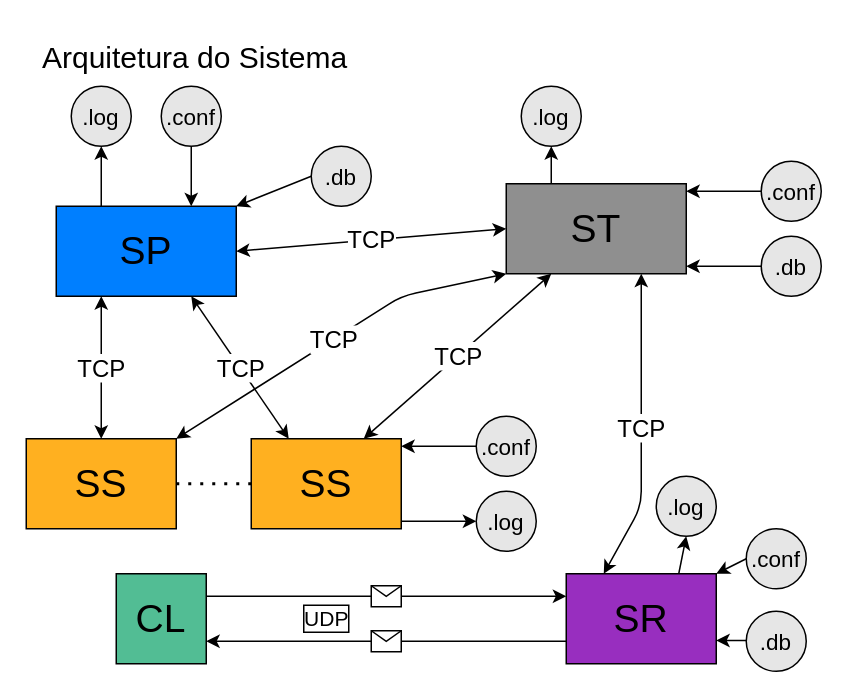
This is relatorio/DNS.drawio from Gustominox/Comunicacao-Computadores, a draw.io file, before an edit. Source tidied: cells renumbered, new cells numbered last; positions are measured from the earlier drawing's top-left corner, leaving out a move shared by most shapes. Both pictures are drawn from the tidied source at 150%, with x=0, y=0 at pixel (26, 26).
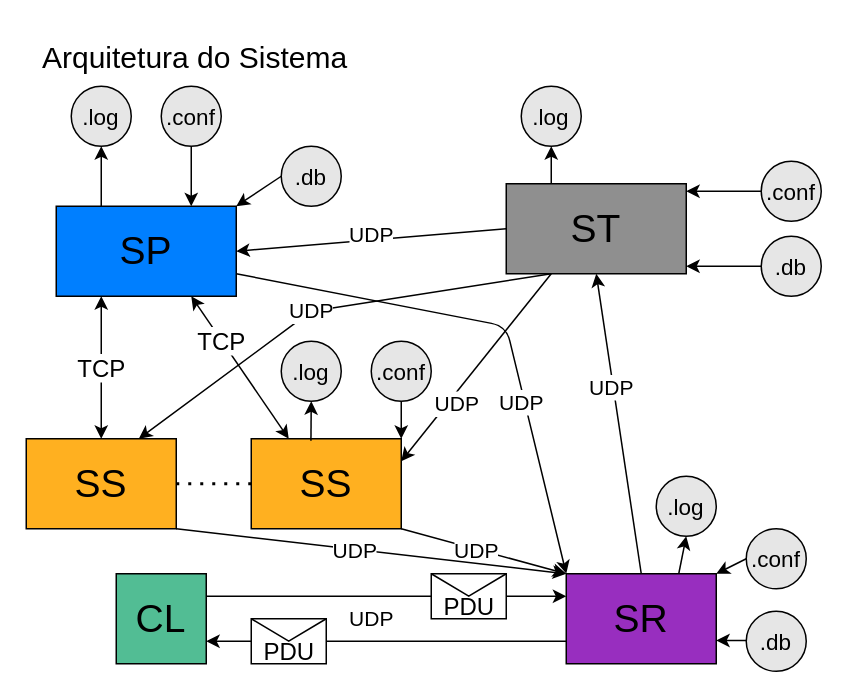
Above is the later version.

The change refers to these unchanged cells:
```xml
<mxCell id="2" value="SP" style="rounded=0;whiteSpace=wrap;html=1;fontSize=26;fillColor=#007FFF;" parent="1" vertex="1">
  <mxGeometry x="20" y="120" width="120" height="60" as="geometry" />
</mxCell>
<mxCell id="6" value="CL" style="rounded=0;whiteSpace=wrap;html=1;fontSize=26;fillColor=#52BD94;" parent="1" vertex="1">
  <mxGeometry x="60" y="365" width="60" height="60" as="geometry" />
</mxCell>
<mxCell id="8" value="SS" style="rounded=0;whiteSpace=wrap;html=1;fontSize=26;fillColor=#FFB020;" parent="1" vertex="1">
  <mxGeometry y="275" width="100" height="60" as="geometry" />
</mxCell>
<mxCell id="9" value="SS" style="rounded=0;whiteSpace=wrap;html=1;fontSize=26;fillColor=#FFB020;" parent="1" vertex="1">
  <mxGeometry x="150" y="275" width="100" height="60" as="geometry" />
</mxCell>
<mxCell id="10" style="endArrow=classic;html=1;rounded=1;labelBorderColor=default;fontSize=16;entryX=0;entryY=0.25;entryDx=0;entryDy=0;exitX=1;exitY=0.25;exitDx=0;exitDy=0;" parent="1" edge="1" source="6" target="23">
  <mxGeometry relative="1" as="geometry" />
</mxCell>
<mxCell id="23" value="SR" style="rounded=0;whiteSpace=wrap;html=1;fontSize=26;fillColor=#982EBF;" parent="1" vertex="1">
  <mxGeometry x="360" y="365" width="100" height="60" as="geometry" />
</mxCell>
<mxCell id="24" value="ST" style="rounded=0;whiteSpace=wrap;html=1;fontSize=26;fillColor=#8F8F8F;" parent="1" vertex="1">
  <mxGeometry x="320" y="105" width="120" height="60" as="geometry" />
</mxCell>
```

Diff of the diagram source:
```diff
@@
     <mxCell id="3" value="TCP&lt;font style=&quot;font-size: 16px;&quot;&gt;&lt;br style=&quot;font-size: 16px;&quot;&gt;&lt;/font&gt;" style="endArrow=classic;startArrow=classic;html=1;fontSize=16;entryX=0.25;entryY=0;entryDx=0;entryDy=0;exitX=0.75;exitY=1;exitDx=0;exitDy=0;" parent="1" edge="1" source="2" target="9">
-      <mxGeometry relative="1" as="geometry" />
+      <mxGeometry x="-0.37" relative="1" as="geometry" />
     </mxCell>
@@
-    <mxCell id="11" style="shape=message;html=1;fontSize=16;" parent="10" vertex="1">
-      <mxGeometry width="20" height="14" relative="1" as="geometry">
-        <mxPoint x="-10" y="-7" as="offset" />
-      </mxGeometry>
-    </mxCell>
-    <mxCell id="12" value="UDP" style="endArrow=classic;html=1;rounded=1;labelBorderColor=default;fontSize=14;entryX=1;entryY=0.75;entryDx=0;entryDy=0;exitX=0;exitY=0.75;exitDx=0;exitDy=0;" parent="1" edge="1" source="23" target="6">
-      <mxGeometry x="0.33" y="-15" relative="1" as="geometry" />
+    <mxCell id="12" value="UDP" style="endArrow=classic;html=1;rounded=1;labelBorderColor=none;fontSize=14;entryX=1;entryY=0.75;entryDx=0;entryDy=0;exitX=0;exitY=0.75;exitDx=0;exitDy=0;" parent="1" edge="1" source="23" target="6">
+      <mxGeometry x="0.08" y="-15" relative="1" as="geometry" />
     </mxCell>
-    <mxCell id="13" style="shape=message;html=1;fontSize=16;" parent="12" vertex="1">
-      <mxGeometry width="20" height="14" relative="1" as="geometry">
-        <mxPoint x="-10" y="-7" as="offset" />
-      </mxGeometry>
-    </mxCell>
@@
     <mxCell id="16" value=".db" style="ellipse;whiteSpace=wrap;html=1;fontSize=15;fillColor=#E6E6E6;" parent="1" vertex="1">
-      <mxGeometry x="190" y="80" width="40" height="40" as="geometry" />
+      <mxGeometry x="170" y="80" width="40" height="40" as="geometry" />
     </mxCell>
@@
-    <mxCell id="18" value="&lt;br&gt;" style="endArrow=classic;html=1;fontSize=16;exitX=0;exitY=0.5;exitDx=0;exitDy=0;entryX=1;entryY=0;entryDx=0;entryDy=0;" parent="1" edge="1" source="19">
+    <mxCell id="18" value="&lt;br&gt;" style="endArrow=classic;html=1;fontSize=16;exitX=0.5;exitY=1;exitDx=0;exitDy=0;entryX=1;entryY=0;entryDx=0;entryDy=0;" parent="1" edge="1" source="19" target="9">
       <mxGeometry x="-1" y="-20" relative="1" as="geometry">
-        <mxPoint x="250" y="280" as="targetPoint" />
         <mxPoint x="20" y="20" as="offset" />
       </mxGeometry>
     </mxCell>
     <mxCell id="19" value=".conf" style="ellipse;whiteSpace=wrap;html=1;fontSize=15;fillColor=#E6E6E6;" parent="1" vertex="1">
-      <mxGeometry x="300" y="260" width="40" height="40" as="geometry" />
+      <mxGeometry x="230" y="210" width="40" height="40" as="geometry" />
     </mxCell>
-    <mxCell id="20" value="&lt;br&gt;" style="endArrow=classic;html=1;fontSize=16;entryX=0;entryY=0.5;entryDx=0;entryDy=0;" parent="1" edge="1" target="21">
+    <mxCell id="20" value="&lt;br&gt;" style="endArrow=classic;html=1;fontSize=16;entryX=0.5;entryY=1;entryDx=0;entryDy=0;exitX=0.398;exitY=0.022;exitDx=0;exitDy=0;exitPerimeter=0;" parent="1" edge="1" source="9" target="21">
       <mxGeometry x="-1" y="-20" relative="1" as="geometry">
-        <mxPoint x="250" y="330" as="sourcePoint" />
         <mxPoint x="20" y="20" as="offset" />
       </mxGeometry>
     </mxCell>
     <mxCell id="21" value=".log" style="ellipse;whiteSpace=wrap;html=1;fontSize=15;fillColor=#E6E6E6;" parent="1" vertex="1">
-      <mxGeometry x="300" y="310" width="40" height="40" as="geometry" />
+      <mxGeometry x="170" y="210" width="40" height="40" as="geometry" />
     </mxCell>
@@
-    <mxCell id="25" value="TCP&lt;font style=&quot;font-size: 16px;&quot;&gt;&lt;br style=&quot;font-size: 16px;&quot;&gt;&lt;/font&gt;" style="endArrow=classic;startArrow=classic;html=1;fontSize=16;entryX=0.25;entryY=0;entryDx=0;entryDy=0;exitX=0.75;exitY=1;exitDx=0;exitDy=0;" parent="1" edge="1" source="24" target="23">
-      <mxGeometry relative="1" as="geometry">
-        <Array as="points">
-          <mxPoint x="410" y="320" />
-        </Array>
-      </mxGeometry>
-    </mxCell>
-    <mxCell id="26" value="TCP&lt;font style=&quot;font-size: 16px;&quot;&gt;&lt;br style=&quot;font-size: 16px;&quot;&gt;&lt;/font&gt;" style="endArrow=classic;startArrow=classic;html=1;fontSize=16;entryX=1;entryY=0.5;entryDx=0;entryDy=0;exitX=0;exitY=0.5;exitDx=0;exitDy=0;" parent="1" edge="1" source="24" target="2">
-      <mxGeometry relative="1" as="geometry" />
-    </mxCell>
@@
-    <mxCell id="33" value="TCP&lt;font style=&quot;font-size: 16px;&quot;&gt;&lt;br style=&quot;font-size: 16px;&quot;&gt;&lt;/font&gt;" style="endArrow=classic;startArrow=classic;html=1;fontSize=16;entryX=0.75;entryY=0;entryDx=0;entryDy=0;exitX=0.25;exitY=1;exitDx=0;exitDy=0;" parent="1" edge="1" source="24" target="9">
-      <mxGeometry relative="1" as="geometry" />
-    </mxCell>
-    <mxCell id="34" value="TCP&lt;font style=&quot;font-size: 16px;&quot;&gt;&lt;br style=&quot;font-size: 16px;&quot;&gt;&lt;/font&gt;" style="endArrow=classic;startArrow=classic;html=1;fontSize=16;entryX=1;entryY=0;entryDx=0;entryDy=0;exitX=0;exitY=1;exitDx=0;exitDy=0;" parent="1" edge="1" source="24" target="8">
-      <mxGeometry relative="1" as="geometry">
-        <Array as="points">
-          <mxPoint x="250" y="180" />
-        </Array>
-      </mxGeometry>
-    </mxCell>
@@
+    <mxCell id="42" value="UDP" style="endArrow=classic;html=1;rounded=1;labelBorderColor=none;fontSize=14;entryX=0.5;entryY=1;entryDx=0;entryDy=0;exitX=0.5;exitY=0;exitDx=0;exitDy=0;" parent="1" edge="1" source="23" target="24">
+      <mxGeometry x="0.25" y="1" relative="1" as="geometry" />
+    </mxCell>
+    <mxCell id="43" value="PDU" style="shape=message;html=1;fontSize=16;labelPosition=center;verticalLabelPosition=middle;align=center;verticalAlign=middle;spacingTop=13;" parent="1" vertex="1">
+      <mxGeometry x="270" y="365" width="50" height="30" as="geometry" />
+    </mxCell>
+    <mxCell id="44" value="PDU" style="shape=message;html=1;fontSize=16;labelPosition=center;verticalLabelPosition=middle;align=center;verticalAlign=middle;spacingTop=13;" parent="1" vertex="1">
+      <mxGeometry x="150" y="395" width="50" height="30" as="geometry" />
+    </mxCell>
+    <mxCell id="26" value="UDP" style="endArrow=classic;html=1;rounded=1;labelBorderColor=none;fontSize=14;entryX=1;entryY=0.5;entryDx=0;entryDy=0;exitX=0;exitY=0.5;exitDx=0;exitDy=0;" parent="1" edge="1" source="24" target="2">
+      <mxGeometry y="-2" relative="1" as="geometry">
+        <mxPoint y="-1" as="offset" />
+      </mxGeometry>
+    </mxCell>
+    <mxCell id="33" value="UDP" style="endArrow=classic;html=1;rounded=1;labelBorderColor=none;fontSize=14;entryX=1;entryY=0.25;entryDx=0;entryDy=0;exitX=0.25;exitY=1;exitDx=0;exitDy=0;" parent="1" edge="1" source="24" target="9">
+      <mxGeometry x="0.34" y="5" relative="1" as="geometry" />
+    </mxCell>
+    <mxCell id="34" value="UDP" style="endArrow=classic;html=1;rounded=1;labelBorderColor=none;fontSize=14;exitX=0.25;exitY=1;exitDx=0;exitDy=0;entryX=0.75;entryY=0;entryDx=0;entryDy=0;" parent="1" edge="1" source="24" target="8">
+      <mxGeometry x="0.06" relative="1" as="geometry">
+        <Array as="points">
+          <mxPoint x="190" y="190" />
+        </Array>
+      </mxGeometry>
+    </mxCell>
+    <mxCell id="45" value="UDP" style="endArrow=classic;html=1;rounded=1;labelBorderColor=none;fontSize=14;entryX=0;entryY=0;entryDx=0;entryDy=0;exitX=1;exitY=1;exitDx=0;exitDy=0;" parent="1" edge="1" source="9" target="23">
+      <mxGeometry x="-0.08" y="-1" relative="1" as="geometry" />
+    </mxCell>
+    <mxCell id="46" value="UDP" style="endArrow=classic;html=1;rounded=1;labelBorderColor=none;fontSize=14;entryX=0;entryY=0;entryDx=0;entryDy=0;exitX=1;exitY=1;exitDx=0;exitDy=0;" parent="1" edge="1" source="8" target="23">
+      <mxGeometry x="-0.08" y="-1" relative="1" as="geometry" />
+    </mxCell>
+    <mxCell id="47" value="UDP" style="endArrow=classic;html=1;rounded=1;labelBorderColor=none;fontSize=14;entryX=0;entryY=0;entryDx=0;entryDy=0;exitX=1;exitY=0.75;exitDx=0;exitDy=0;" parent="1" edge="1" source="2" target="23">
+      <mxGeometry x="0.33" y="-2" relative="1" as="geometry">
+        <Array as="points">
+          <mxPoint x="320" y="200" />
+        </Array>
+      </mxGeometry>
+    </mxCell>
```
